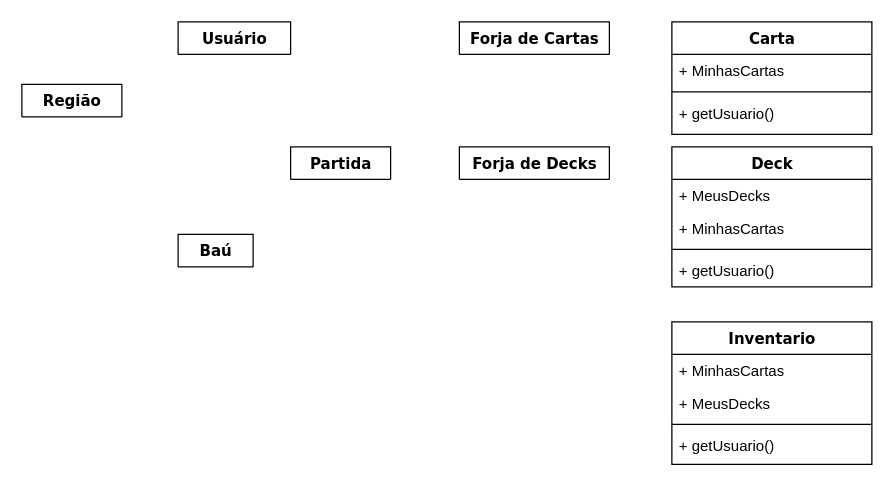
Above: VersaoComInventario.drawio in brunocostamatos/lorpython (draw.io), before the change. Source tidied: cells renumbered, new cells numbered last; positions are measured from the earlier drawing's top-left corner, leaving out a move shared by most shapes. Both pictures are drawn from the tidied source at 125%, with x=0, y=0 at pixel (21, 21).
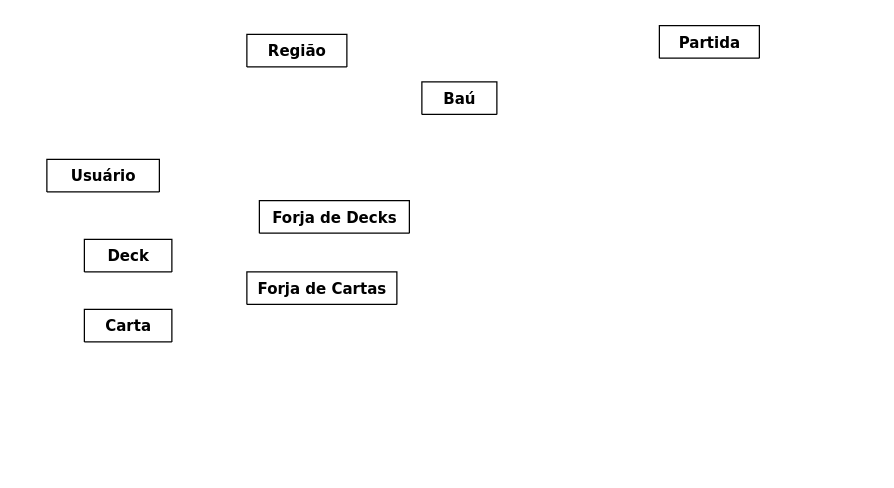
After the change.

Diff of the diagram source:
```diff
@@
     <mxCell id="2" value="Partida" style="swimlane;html=1;fontStyle=1;align=center;verticalAlign=top;horizontal=1;startSize=26;swimlaneFillColor=#ffffff;shadow=0;comic=0;labelBackgroundColor=none;strokeWidth=1;fillColor=none;fontFamily=Verdana;fontSize=12;" parent="1" vertex="1" collapsed="1">
-      <mxGeometry x="215" y="100" width="80" height="26" as="geometry" />
+      <mxGeometry x="510" y="3" width="80" height="26" as="geometry" />
     </mxCell>
     <mxCell id="3" value="Região" style="swimlane;html=1;fontStyle=1;align=center;verticalAlign=top;horizontal=1;startSize=26;swimlaneFillColor=#ffffff;shadow=0;comic=0;labelBackgroundColor=none;strokeWidth=1;fillColor=none;fontFamily=Verdana;fontSize=12;" parent="1" vertex="1" collapsed="1">
-      <mxGeometry y="50" width="80" height="26" as="geometry" />
+      <mxGeometry x="180" y="10" width="80" height="26" as="geometry" />
     </mxCell>
     <mxCell id="4" value="Usuário" style="swimlane;html=1;fontStyle=1;align=center;verticalAlign=top;horizontal=1;startSize=26;swimlaneFillColor=#ffffff;shadow=0;comic=0;labelBackgroundColor=none;strokeWidth=1;fillColor=none;fontFamily=Verdana;fontSize=12;" parent="1" vertex="1" collapsed="1">
-      <mxGeometry x="125" width="90" height="26" as="geometry" />
+      <mxGeometry x="20" y="110" width="90" height="26" as="geometry" />
     </mxCell>
-    <mxCell id="5" value="Carta" style="swimlane;html=1;fontStyle=1;align=center;verticalAlign=top;horizontal=1;startSize=26;swimlaneFillColor=#ffffff;shadow=0;comic=0;labelBackgroundColor=none;strokeWidth=1;fillColor=none;fontFamily=Verdana;fontSize=12;" parent="1" vertex="1">
-      <mxGeometry x="520" width="160" height="90" as="geometry" />
+    <mxCell id="5" value="Carta" style="swimlane;html=1;fontStyle=1;align=center;verticalAlign=top;horizontal=1;startSize=26;swimlaneFillColor=#ffffff;shadow=0;comic=0;labelBackgroundColor=none;strokeWidth=1;fillColor=none;fontFamily=Verdana;fontSize=12;" parent="1" vertex="1" collapsed="1">
+      <mxGeometry x="50" y="230" width="70" height="26" as="geometry" />
     </mxCell>
-    <mxCell id="6" value="+ MinhasCartas" style="text;html=1;strokeColor=none;fillColor=none;align=left;verticalAlign=top;spacingLeft=4;spacingRight=4;whiteSpace=wrap;overflow=hidden;" parent="5" vertex="1">
-      <mxGeometry y="26" width="160" height="26" as="geometry" />
-    </mxCell>
-    <mxCell id="7" style="line;html=1;strokeWidth=1;fillColor=none;align=left;verticalAlign=middle;spacingTop=-1;spacingLeft=3;spacingRight=3;labelPosition=right;" parent="5" vertex="1">
-      <mxGeometry y="52" width="160" height="8" as="geometry" />
-    </mxCell>
-    <mxCell id="8" value="+ getUsuario()" style="text;html=1;strokeColor=none;fillColor=none;align=left;verticalAlign=top;spacingLeft=4;spacingRight=4;whiteSpace=wrap;overflow=hidden;" parent="5" vertex="1">
-      <mxGeometry y="60" width="160" height="26" as="geometry" />
-    </mxCell>
-    <mxCell id="9" value="Deck" style="swimlane;html=1;fontStyle=1;align=center;verticalAlign=top;horizontal=1;startSize=26;swimlaneFillColor=#ffffff;shadow=0;comic=0;labelBackgroundColor=none;strokeWidth=1;fillColor=none;fontFamily=Verdana;fontSize=12;" parent="1" vertex="1">
-      <mxGeometry x="520" y="100" width="160" height="112" as="geometry" />
+    <mxCell id="9" value="Deck" style="swimlane;html=1;fontStyle=1;align=center;verticalAlign=top;horizontal=1;startSize=26;swimlaneFillColor=#ffffff;shadow=0;comic=0;labelBackgroundColor=none;strokeWidth=1;fillColor=none;fontFamily=Verdana;fontSize=12;" parent="1" vertex="1" collapsed="1">
+      <mxGeometry x="50" y="174" width="70" height="26" as="geometry" />
     </mxCell>
-    <mxCell id="10" value="+ MeusDecks" style="text;html=1;strokeColor=none;fillColor=none;align=left;verticalAlign=top;spacingLeft=4;spacingRight=4;whiteSpace=wrap;overflow=hidden;" parent="9" vertex="1">
-      <mxGeometry y="26" width="160" height="26" as="geometry" />
-    </mxCell>
-    <mxCell id="11" value="+ MinhasCartas" style="text;html=1;strokeColor=none;fillColor=none;align=left;verticalAlign=top;spacingLeft=4;spacingRight=4;whiteSpace=wrap;overflow=hidden;" parent="9" vertex="1">
-      <mxGeometry y="52" width="160" height="26" as="geometry" />
-    </mxCell>
-    <mxCell id="12" style="line;html=1;strokeWidth=1;fillColor=none;align=left;verticalAlign=middle;spacingTop=-1;spacingLeft=3;spacingRight=3;labelPosition=right;" parent="9" vertex="1">
-      <mxGeometry y="78" width="160" height="8" as="geometry" />
-    </mxCell>
-    <mxCell id="13" value="+ getUsuario()" style="text;html=1;strokeColor=none;fillColor=none;align=left;verticalAlign=top;spacingLeft=4;spacingRight=4;whiteSpace=wrap;overflow=hidden;" parent="9" vertex="1">
-      <mxGeometry y="86" width="160" height="26" as="geometry" />
-    </mxCell>
     <mxCell id="14" value="Forja de Decks" style="swimlane;html=1;fontStyle=1;align=center;verticalAlign=top;horizontal=1;startSize=26;swimlaneFillColor=#ffffff;shadow=0;comic=0;labelBackgroundColor=none;strokeWidth=1;fillColor=none;fontFamily=Verdana;fontSize=12;" parent="1" vertex="1" collapsed="1">
-      <mxGeometry x="350" y="100" width="120" height="26" as="geometry" />
+      <mxGeometry x="190" y="143" width="120" height="26" as="geometry" />
     </mxCell>
     <mxCell id="15" value="Forja de Cartas" style="swimlane;html=1;fontStyle=1;align=center;verticalAlign=top;horizontal=1;startSize=26;swimlaneFillColor=#ffffff;shadow=0;comic=0;labelBackgroundColor=none;strokeWidth=1;fillColor=none;fontFamily=Verdana;fontSize=12;" parent="1" vertex="1" collapsed="1">
-      <mxGeometry x="350" width="120" height="26" as="geometry" />
+      <mxGeometry x="180" y="200" width="120" height="26" as="geometry" />
     </mxCell>
     <mxCell id="16" value="Baú" style="swimlane;html=1;fontStyle=1;align=center;verticalAlign=top;horizontal=1;startSize=26;swimlaneFillColor=#ffffff;shadow=0;comic=0;labelBackgroundColor=none;strokeWidth=1;fillColor=none;fontFamily=Verdana;fontSize=12;" parent="1" vertex="1" collapsed="1">
-      <mxGeometry x="125" y="170" width="60" height="26" as="geometry" />
+      <mxGeometry x="320" y="48" width="60" height="26" as="geometry" />
     </mxCell>
@@
-    <mxCell id="18" value="Inventario" style="swimlane;html=1;fontStyle=1;align=center;verticalAlign=top;horizontal=1;startSize=26;swimlaneFillColor=#ffffff;shadow=0;comic=0;labelBackgroundColor=none;strokeWidth=1;fillColor=none;fontFamily=Verdana;fontSize=12;" parent="1" vertex="1">
-      <mxGeometry x="520" y="240" width="160" height="114" as="geometry" />
-    </mxCell>
-    <mxCell id="19" value="+ MinhasCartas" style="text;html=1;strokeColor=none;fillColor=none;align=left;verticalAlign=top;spacingLeft=4;spacingRight=4;whiteSpace=wrap;overflow=hidden;" parent="18" vertex="1">
-      <mxGeometry y="26" width="160" height="26" as="geometry" />
-    </mxCell>
-    <mxCell id="20" value="+ MeusDecks" style="text;html=1;strokeColor=none;fillColor=none;align=left;verticalAlign=top;spacingLeft=4;spacingRight=4;whiteSpace=wrap;overflow=hidden;" parent="18" vertex="1">
-      <mxGeometry y="52" width="160" height="26" as="geometry" />
-    </mxCell>
-    <mxCell id="21" style="line;html=1;strokeWidth=1;fillColor=none;align=left;verticalAlign=middle;spacingTop=-1;spacingLeft=3;spacingRight=3;labelPosition=right;" parent="18" vertex="1">
-      <mxGeometry y="78" width="160" height="8" as="geometry" />
-    </mxCell>
-    <mxCell id="22" value="+ getUsuario()" style="text;html=1;strokeColor=none;fillColor=none;align=left;verticalAlign=top;spacingLeft=4;spacingRight=4;whiteSpace=wrap;overflow=hidden;" parent="18" vertex="1">
-      <mxGeometry y="86" width="160" height="26" as="geometry" />
-    </mxCell>
```
